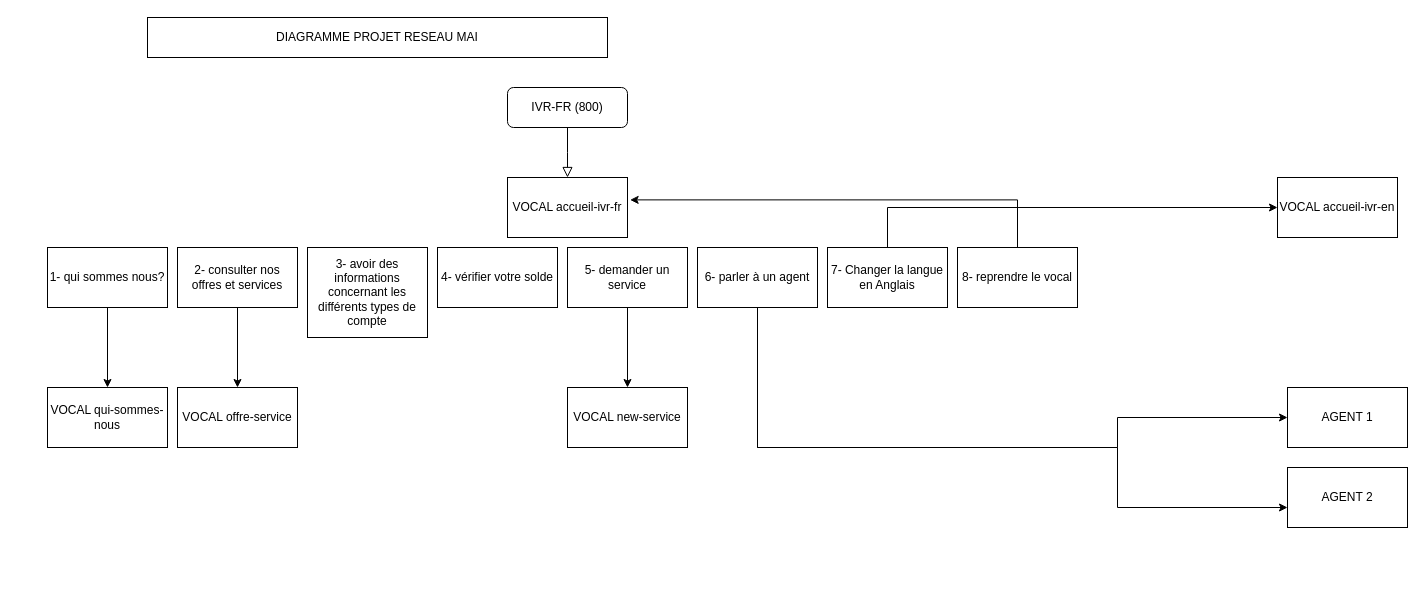
The draw.io diagram Diagramme sans nom.drawio in Bfabien99/projet_reseau_mai, before the edit. Source tidied: cells renumbered, new cells numbered last; positions are measured from the earlier drawing's top-left corner, leaving out a move shared by most shapes. Both pictures are drawn from the tidied source at 100%, with x=0, y=0 at pixel (47, 17).
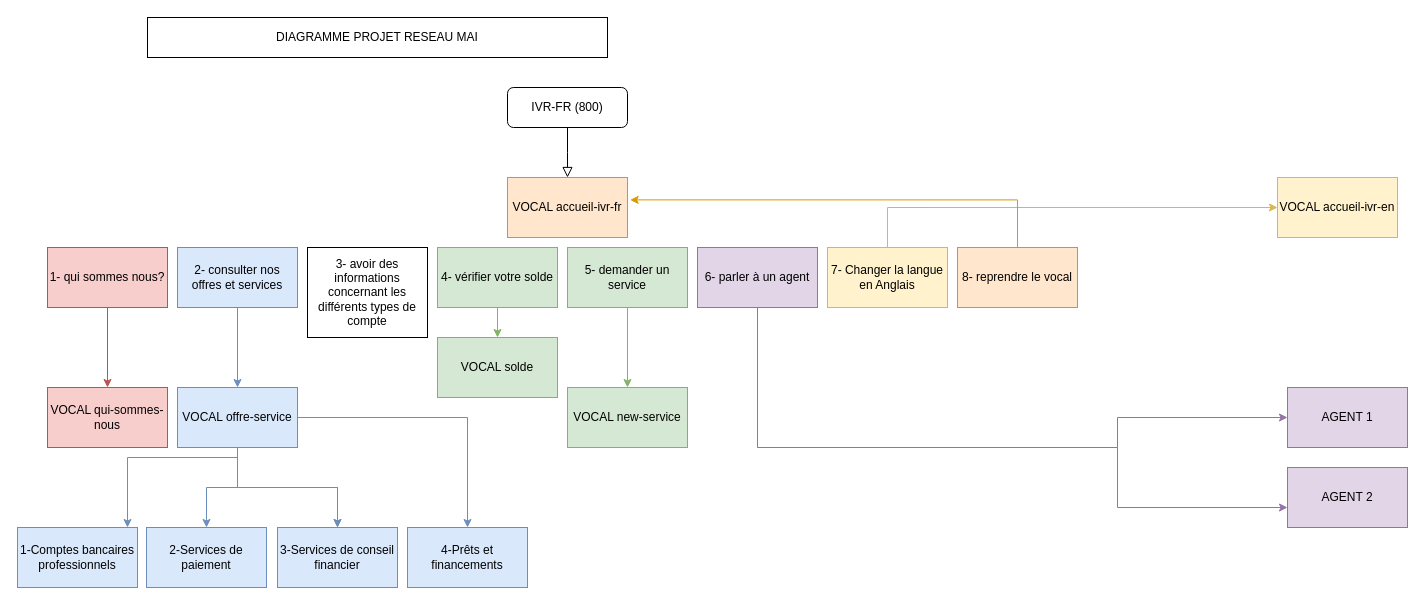
The same page after the edit.

The edit, as a diff of the source:
```diff
@@
-    <mxCell id="5" value="VOCAL accueil-ivr-fr" style="rounded=0;whiteSpace=wrap;html=1;" parent="1" vertex="1">
+    <mxCell id="5" value="VOCAL accueil-ivr-fr" style="rounded=0;whiteSpace=wrap;html=1;fillColor=#ffe6cc;strokeColor=#d79b00;" parent="1" vertex="1">
       <mxGeometry x="460" y="160" width="120" height="60" as="geometry" />
     </mxCell>
-    <mxCell id="6" style="edgeStyle=orthogonalEdgeStyle;rounded=0;jettySize=auto;html=1;" parent="1" edge="1" source="7" target="20">
+    <mxCell id="6" style="edgeStyle=orthogonalEdgeStyle;rounded=0;jettySize=auto;html=1;fillColor=#f8cecc;strokeColor=#b85450;" parent="1" edge="1" source="7" target="20">
       <mxGeometry relative="1" as="geometry" />
     </mxCell>
-    <mxCell id="7" value="1- qui sommes nous?" style="rounded=0;whiteSpace=wrap;html=1;" parent="1" vertex="1">
+    <mxCell id="7" value="1- qui sommes nous?" style="rounded=0;whiteSpace=wrap;html=1;fillColor=#f8cecc;strokeColor=#b85450;" parent="1" vertex="1">
       <mxGeometry y="230" width="120" height="60" as="geometry" />
     </mxCell>
-    <mxCell id="8" style="edgeStyle=orthogonalEdgeStyle;rounded=0;jettySize=auto;html=1;" parent="1" edge="1" source="9" target="25">
+    <mxCell id="8" style="edgeStyle=orthogonalEdgeStyle;rounded=0;jettySize=auto;html=1;fillColor=#dae8fc;strokeColor=#6c8ebf;" parent="1" edge="1" source="9" target="25">
       <mxGeometry relative="1" as="geometry" />
     </mxCell>
-    <mxCell id="9" value="2- consulter nos offres et services" style="rounded=0;whiteSpace=wrap;html=1;" parent="1" vertex="1">
+    <mxCell id="9" value="2- consulter nos offres et services" style="rounded=0;whiteSpace=wrap;html=1;fillColor=#dae8fc;strokeColor=#6c8ebf;" parent="1" vertex="1">
       <mxGeometry x="130" y="230" width="120" height="60" as="geometry" />
     </mxCell>
@@
+    <mxCell id="27" style="edgeStyle=orthogonalEdgeStyle;rounded=0;jettySize=auto;html=1;fillColor=#d5e8d4;strokeColor=#82b366;" parent="1" edge="1" source="11" target="37">
+      <mxGeometry relative="1" as="geometry" />
+    </mxCell>
-    <mxCell id="11" value="4- vérifier votre solde" style="rounded=0;whiteSpace=wrap;html=1;" parent="1" vertex="1">
+    <mxCell id="11" value="4- vérifier votre solde" style="rounded=0;whiteSpace=wrap;html=1;fillColor=#d5e8d4;strokeColor=#82b366;" parent="1" vertex="1">
       <mxGeometry x="390" y="230" width="120" height="60" as="geometry" />
     </mxCell>
-    <mxCell id="12" style="edgeStyle=orthogonalEdgeStyle;rounded=0;jettySize=auto;html=1;" parent="1" edge="1" source="13" target="26">
+    <mxCell id="12" style="edgeStyle=orthogonalEdgeStyle;rounded=0;jettySize=auto;html=1;fillColor=#d5e8d4;strokeColor=#82b366;" parent="1" edge="1" source="13" target="26">
       <mxGeometry relative="1" as="geometry" />
     </mxCell>
-    <mxCell id="13" value="5- demander un service" style="rounded=0;whiteSpace=wrap;html=1;" parent="1" vertex="1">
+    <mxCell id="13" value="5- demander un service" style="rounded=0;whiteSpace=wrap;html=1;fillColor=#d5e8d4;strokeColor=#82b366;" parent="1" vertex="1">
       <mxGeometry x="520" y="230" width="120" height="60" as="geometry" />
     </mxCell>
-    <mxCell id="14" style="edgeStyle=orthogonalEdgeStyle;rounded=0;jettySize=auto;html=1;entryX=0;entryY=0.5;entryDx=0;entryDy=0;" parent="1" edge="1" source="15" target="22">
+    <mxCell id="14" style="edgeStyle=orthogonalEdgeStyle;rounded=0;jettySize=auto;html=1;entryX=0;entryY=0.5;entryDx=0;entryDy=0;fillColor=#e1d5e7;strokeColor=#9673a6;" parent="1" edge="1" source="15" target="22">
       <mxGeometry relative="1" as="geometry">
         <Array as="points">
           <mxPoint x="710" y="430" />
           <mxPoint x="1070" y="430" />
           <mxPoint x="1070" y="400" />
         </Array>
       </mxGeometry>
     </mxCell>
-    <mxCell id="15" value="6- parler à un agent" style="rounded=0;whiteSpace=wrap;html=1;" parent="1" vertex="1">
+    <mxCell id="15" value="6- parler à un agent" style="rounded=0;whiteSpace=wrap;html=1;fillColor=#e1d5e7;strokeColor=#9673a6;" parent="1" vertex="1">
       <mxGeometry x="650" y="230" width="120" height="60" as="geometry" />
     </mxCell>
-    <mxCell id="16" style="edgeStyle=orthogonalEdgeStyle;rounded=0;jettySize=auto;html=1;entryX=0;entryY=0.5;entryDx=0;entryDy=0;" parent="1" edge="1" source="17" target="21">
+    <mxCell id="16" style="edgeStyle=orthogonalEdgeStyle;rounded=0;jettySize=auto;html=1;entryX=0;entryY=0.5;entryDx=0;entryDy=0;fillColor=#fff2cc;strokeColor=#d6b656;" parent="1" edge="1" source="17" target="21">
       <mxGeometry relative="1" as="geometry">
         <Array as="points">
           <mxPoint x="840" y="190" />
         </Array>
       </mxGeometry>
     </mxCell>
-    <mxCell id="17" value="7- Changer la langue en Anglais" style="rounded=0;whiteSpace=wrap;html=1;" parent="1" vertex="1">
+    <mxCell id="17" value="7- Changer la langue en Anglais" style="rounded=0;whiteSpace=wrap;html=1;fillColor=#fff2cc;strokeColor=#d6b656;" parent="1" vertex="1">
       <mxGeometry x="780" y="230" width="120" height="60" as="geometry" />
     </mxCell>
-    <mxCell id="18" style="edgeStyle=orthogonalEdgeStyle;rounded=0;jettySize=auto;html=1;entryX=1.022;entryY=0.373;entryDx=0;entryDy=0;entryPerimeter=0;" parent="1" edge="1" source="19" target="5">
+    <mxCell id="18" style="edgeStyle=orthogonalEdgeStyle;rounded=0;jettySize=auto;html=1;entryX=1.022;entryY=0.373;entryDx=0;entryDy=0;entryPerimeter=0;fillColor=#ffe6cc;strokeColor=#d79b00;" parent="1" edge="1" source="19" target="5">
       <mxGeometry relative="1" as="geometry">
         <Array as="points">
           <mxPoint x="970" y="182" />
         </Array>
       </mxGeometry>
     </mxCell>
-    <mxCell id="19" value="8- reprendre le vocal" style="rounded=0;whiteSpace=wrap;html=1;" parent="1" vertex="1">
+    <mxCell id="19" value="8- reprendre le vocal" style="rounded=0;whiteSpace=wrap;html=1;fillColor=#ffe6cc;strokeColor=#d79b00;" parent="1" vertex="1">
       <mxGeometry x="910" y="230" width="120" height="60" as="geometry" />
     </mxCell>
-    <mxCell id="20" value="VOCAL qui-sommes-nous" style="whiteSpace=wrap;html=1;rounded=0;" parent="1" vertex="1">
+    <mxCell id="20" value="VOCAL qui-sommes-nous" style="whiteSpace=wrap;html=1;rounded=0;fillColor=#f8cecc;strokeColor=#b85450;" parent="1" vertex="1">
       <mxGeometry y="370" width="120" height="60" as="geometry" />
     </mxCell>
-    <mxCell id="21" value="VOCAL accueil-ivr-en" style="rounded=0;whiteSpace=wrap;html=1;" parent="1" vertex="1">
+    <mxCell id="21" value="VOCAL accueil-ivr-en" style="rounded=0;whiteSpace=wrap;html=1;fillColor=#fff2cc;strokeColor=#d6b656;" parent="1" vertex="1">
       <mxGeometry x="1230" y="160" width="120" height="60" as="geometry" />
     </mxCell>
-    <mxCell id="22" value="AGENT 1" style="rounded=0;whiteSpace=wrap;html=1;" parent="1" vertex="1">
+    <mxCell id="22" value="AGENT 1" style="rounded=0;whiteSpace=wrap;html=1;fillColor=#e1d5e7;strokeColor=#9673a6;" parent="1" vertex="1">
       <mxGeometry x="1240" y="370" width="120" height="60" as="geometry" />
     </mxCell>
-    <mxCell id="23" value="AGENT 2" style="rounded=0;whiteSpace=wrap;html=1;" parent="1" vertex="1">
+    <mxCell id="23" value="AGENT 2" style="rounded=0;whiteSpace=wrap;html=1;fillColor=#e1d5e7;strokeColor=#9673a6;" parent="1" vertex="1">
       <mxGeometry x="1240" y="450" width="120" height="60" as="geometry" />
     </mxCell>
-    <mxCell id="24" style="edgeStyle=orthogonalEdgeStyle;rounded=0;jettySize=auto;html=1;exitX=0.583;exitY=1;exitDx=0;exitDy=0;exitPerimeter=0;" parent="1" edge="1" source="15" target="23">
+    <mxCell id="24" style="edgeStyle=orthogonalEdgeStyle;rounded=0;jettySize=auto;html=1;exitX=0.583;exitY=1;exitDx=0;exitDy=0;exitPerimeter=0;fillColor=#e1d5e7;strokeColor=#9673a6;" parent="1" edge="1" source="15" target="23">
       <mxGeometry relative="1" as="geometry">
         <Array as="points">
           <mxPoint x="710" y="290" />
           <mxPoint x="710" y="430" />
           <mxPoint x="1070" y="430" />
           <mxPoint x="1070" y="490" />
         </Array>
       </mxGeometry>
     </mxCell>
+    <mxCell id="28" style="edgeStyle=orthogonalEdgeStyle;rounded=0;jettySize=auto;html=1;fillColor=#dae8fc;strokeColor=#6c8ebf;" parent="1" edge="1" source="25" target="33">
+      <mxGeometry relative="1" as="geometry">
+        <Array as="points">
+          <mxPoint x="190" y="440" />
+          <mxPoint x="80" y="440" />
+        </Array>
+      </mxGeometry>
+    </mxCell>
+    <mxCell id="29" style="edgeStyle=orthogonalEdgeStyle;rounded=0;jettySize=auto;html=1;fillColor=#dae8fc;strokeColor=#6c8ebf;" parent="1" edge="1" source="25" target="34">
+      <mxGeometry relative="1" as="geometry" />
+    </mxCell>
+    <mxCell id="30" style="edgeStyle=orthogonalEdgeStyle;rounded=0;jettySize=auto;html=1;fillColor=#dae8fc;strokeColor=#6c8ebf;" parent="1" edge="1" source="25" target="35">
+      <mxGeometry relative="1" as="geometry" />
+    </mxCell>
+    <mxCell id="31" style="edgeStyle=orthogonalEdgeStyle;rounded=0;jettySize=auto;html=1;fillColor=#dae8fc;strokeColor=#6c8ebf;" parent="1" edge="1" source="25" target="35">
+      <mxGeometry relative="1" as="geometry" />
+    </mxCell>
+    <mxCell id="32" style="edgeStyle=orthogonalEdgeStyle;rounded=0;jettySize=auto;html=1;fillColor=#dae8fc;strokeColor=#6c8ebf;" parent="1" edge="1" source="25" target="36">
+      <mxGeometry relative="1" as="geometry" />
+    </mxCell>
-    <mxCell id="25" value="VOCAL offre-service" style="whiteSpace=wrap;html=1;rounded=0;" parent="1" vertex="1">
+    <mxCell id="25" value="VOCAL offre-service" style="whiteSpace=wrap;html=1;rounded=0;fillColor=#dae8fc;strokeColor=#6c8ebf;" parent="1" vertex="1">
       <mxGeometry x="130" y="370" width="120" height="60" as="geometry" />
     </mxCell>
-    <mxCell id="26" value="VOCAL new-service" style="whiteSpace=wrap;html=1;rounded=0;" parent="1" vertex="1">
+    <mxCell id="26" value="VOCAL new-service" style="whiteSpace=wrap;html=1;rounded=0;fillColor=#d5e8d4;strokeColor=#82b366;" parent="1" vertex="1">
       <mxGeometry x="520" y="370" width="120" height="60" as="geometry" />
     </mxCell>
+    <mxCell id="33" value="1-Comptes bancaires professionnels" style="whiteSpace=wrap;html=1;rounded=0;fillColor=#dae8fc;strokeColor=#6c8ebf;" parent="1" vertex="1">
+      <mxGeometry x="-30" y="510" width="120" height="60" as="geometry" />
+    </mxCell>
+    <mxCell id="34" value="4-Prêts et financements" style="whiteSpace=wrap;html=1;rounded=0;fillColor=#dae8fc;strokeColor=#6c8ebf;" parent="1" vertex="1">
+      <mxGeometry x="360" y="510" width="120" height="60" as="geometry" />
+    </mxCell>
+    <mxCell id="35" value="3-Services de conseil financier" style="whiteSpace=wrap;html=1;rounded=0;fillColor=#dae8fc;strokeColor=#6c8ebf;" parent="1" vertex="1">
+      <mxGeometry x="230" y="510" width="120" height="60" as="geometry" />
+    </mxCell>
+    <mxCell id="36" value="2-Services de paiement" style="whiteSpace=wrap;html=1;rounded=0;fillColor=#dae8fc;strokeColor=#6c8ebf;" parent="1" vertex="1">
+      <mxGeometry x="99" y="510" width="120" height="60" as="geometry" />
+    </mxCell>
+    <mxCell id="37" value="VOCAL solde" style="whiteSpace=wrap;html=1;rounded=0;fillColor=#d5e8d4;strokeColor=#82b366;" parent="1" vertex="1">
+      <mxGeometry x="390" y="320" width="120" height="60" as="geometry" />
+    </mxCell>
```
